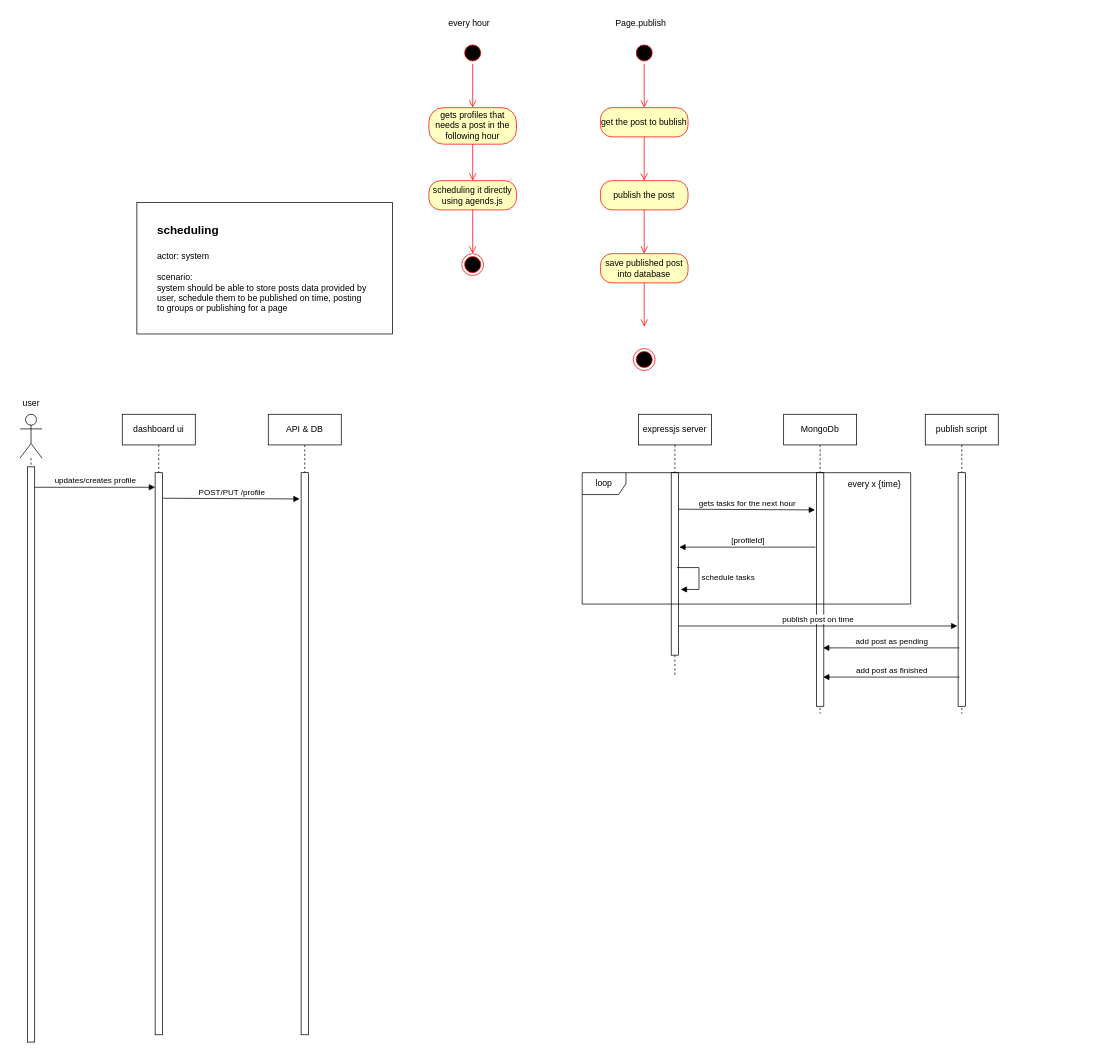
Before: page "scheduling" (3 of 4) of auto-post.drawio in ahmed-elbehairy7/pamylka-system-design, a draw.io diagram. Source tidied: cells renumbered, new cells numbered last; positions are measured from the earlier drawing's top-left corner, leaving out a move shared by most shapes. Both pictures are drawn from the tidied source at 73%, with x=0, y=0 at pixel (12, 12).
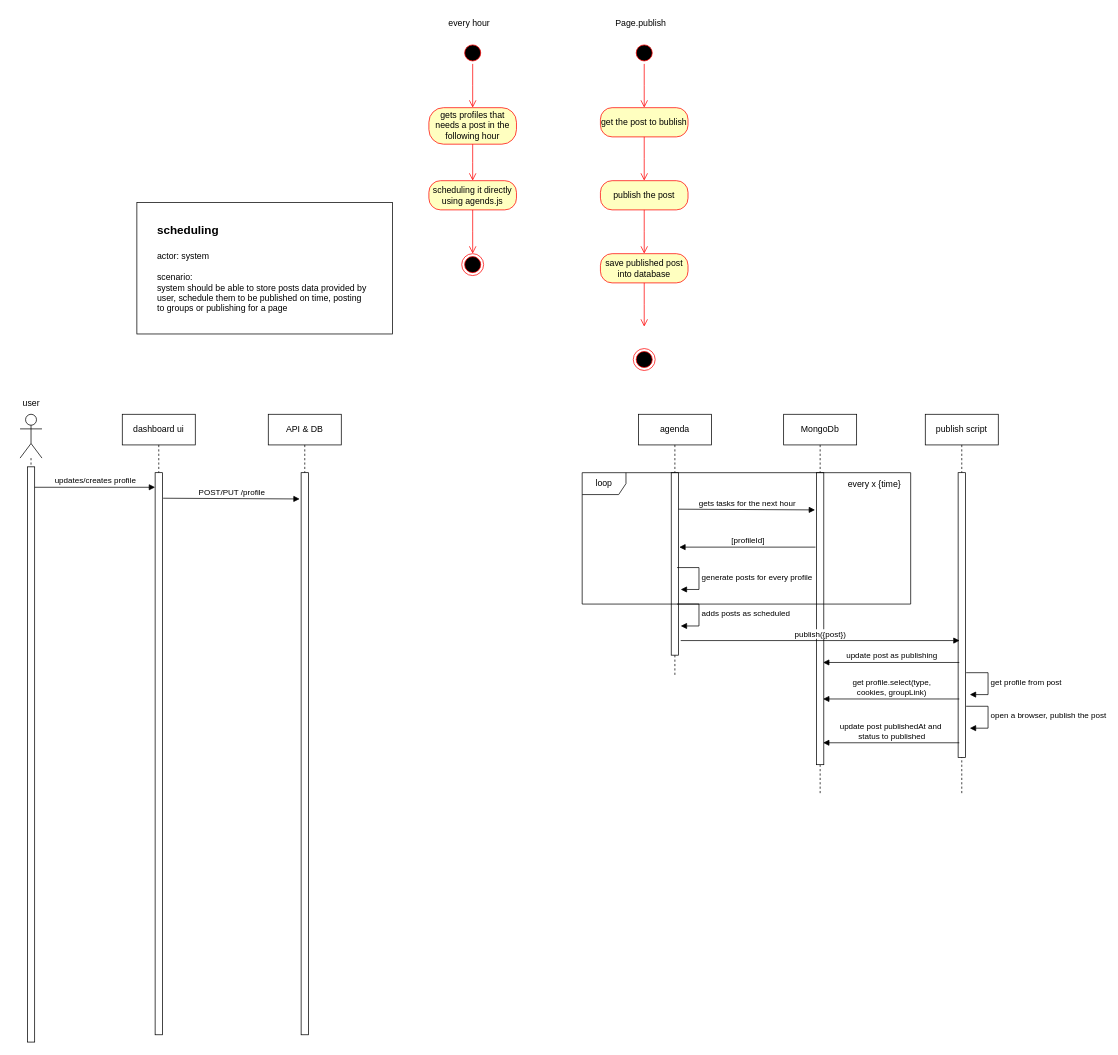
The same page after the edit.

What changed in the source:
```diff
@@
-    <mxCell id="32" value="expressjs server" style="shape=umlLifeline;perimeter=lifelinePerimeter;whiteSpace=wrap;html=1;newEdgeStyle={&quot;curved&quot;:0,&quot;rounded&quot;:0};size=42;" parent="1" vertex="1">
+    <mxCell id="32" value="agenda" style="shape=umlLifeline;perimeter=lifelinePerimeter;whiteSpace=wrap;html=1;newEdgeStyle={&quot;curved&quot;:0,&quot;rounded&quot;:0};size=42;" parent="1" vertex="1">
       <mxGeometry x="857" y="550" width="100" height="360" as="geometry" />
     </mxCell>
@@
     <mxCell id="34" value="MongoDb" style="shape=umlLifeline;perimeter=lifelinePerimeter;whiteSpace=wrap;html=1;newEdgeStyle={&quot;curved&quot;:0,&quot;rounded&quot;:0};size=42;" parent="1" vertex="1">
-      <mxGeometry x="1056" y="550" width="100" height="410" as="geometry" />
+      <mxGeometry x="1056" y="550" width="100" height="520" as="geometry" />
     </mxCell>
     <mxCell id="35" style="html=1;perimeter=orthogonalPerimeter;targetShapes=umlLifeline;newEdgeStyle={&quot;curved&quot;:0,&quot;rounded&quot;:0};" parent="34" vertex="1">
-      <mxGeometry x="45" y="80" width="10" height="320" as="geometry" />
+      <mxGeometry x="45" y="80" width="10" height="400" as="geometry" />
     </mxCell>
@@
-    <mxCell id="38" value="schedule tasks" style="html=1;align=left;spacingLeft=2;endArrow=block;rounded=0;edgeStyle=orthogonalEdgeStyle;curved=0;rounded=0;" parent="1" edge="1">
+    <mxCell id="38" value="generate posts for every profile" style="html=1;align=left;spacingLeft=2;endArrow=block;rounded=0;edgeStyle=orthogonalEdgeStyle;curved=0;rounded=0;" parent="1" edge="1">
       <mxGeometry relative="1" as="geometry">
         <mxPoint x="910" y="760" as="sourcePoint" />
         <mxPoint x="915" y="790" as="targetPoint" />
         <Array as="points">
           <mxPoint x="940" y="790" />
         </Array>
       </mxGeometry>
     </mxCell>
@@
     <mxCell id="41" value="publish script" style="shape=umlLifeline;perimeter=lifelinePerimeter;whiteSpace=wrap;html=1;newEdgeStyle={&quot;curved&quot;:0,&quot;rounded&quot;:0};size=42;" parent="1" vertex="1">
-      <mxGeometry x="1250" y="550" width="100" height="410" as="geometry" />
+      <mxGeometry x="1250" y="550" width="100" height="520" as="geometry" />
     </mxCell>
     <mxCell id="42" style="html=1;perimeter=orthogonalPerimeter;targetShapes=umlLifeline;newEdgeStyle={&quot;curved&quot;:0,&quot;rounded&quot;:0};" parent="41" vertex="1">
-      <mxGeometry x="45" y="80" width="10" height="320" as="geometry" />
+      <mxGeometry x="45" y="80" width="10" height="390" as="geometry" />
     </mxCell>
-    <mxCell id="43" value="publish post on time" style="html=1;verticalAlign=bottom;endArrow=block;curved=0;rounded=0;" parent="1" edge="1">
+    <mxCell id="43" value="publish({post})" style="html=1;verticalAlign=bottom;endArrow=block;curved=0;rounded=0;" parent="1" edge="1">
       <mxGeometry relative="1" as="geometry">
-        <mxPoint x="912" y="840" as="sourcePoint" />
-        <mxPoint x="1294" y="840" as="targetPoint" />
+        <mxPoint x="915" y="860" as="sourcePoint" />
+        <mxPoint x="1297" y="860" as="targetPoint" />
       </mxGeometry>
     </mxCell>
-    <mxCell id="44" value="add post as finished" style="html=1;verticalAlign=bottom;endArrow=block;curved=0;rounded=0;" parent="1" edge="1">
+    <mxCell id="44" value="update post publishedAt and&amp;nbsp;&lt;div&gt;status&amp;nbsp;&lt;span style=&quot;background-color: light-dark(#ffffff, var(--ge-dark-color, #121212)); color: light-dark(rgb(0, 0, 0), rgb(255, 255, 255));&quot;&gt;to published&lt;/span&gt;&lt;/div&gt;" style="html=1;verticalAlign=bottom;endArrow=block;curved=0;rounded=0;" parent="1" edge="1">
       <mxGeometry relative="1" as="geometry">
-        <mxPoint x="1296.6" y="910" as="sourcePoint" />
-        <mxPoint x="1110" y="910" as="targetPoint" />
+        <mxPoint x="1296.6" y="1000" as="sourcePoint" />
+        <mxPoint x="1110" y="1000" as="targetPoint" />
       </mxGeometry>
     </mxCell>
-    <mxCell id="45" value="add post as pending" style="html=1;verticalAlign=bottom;endArrow=block;curved=0;rounded=0;" parent="1" edge="1">
+    <mxCell id="45" value="update post as publishing" style="html=1;verticalAlign=bottom;endArrow=block;curved=0;rounded=0;" parent="1" edge="1">
       <mxGeometry relative="1" as="geometry">
-        <mxPoint x="1296.6" y="870" as="sourcePoint" />
-        <mxPoint x="1110" y="870" as="targetPoint" />
+        <mxPoint x="1296.6" y="890" as="sourcePoint" />
+        <mxPoint x="1110" y="890" as="targetPoint" />
       </mxGeometry>
     </mxCell>
+    <mxCell id="46" value="adds posts as scheduled" style="html=1;align=left;spacingLeft=2;endArrow=block;rounded=0;edgeStyle=orthogonalEdgeStyle;curved=0;rounded=0;" parent="1" edge="1">
+      <mxGeometry relative="1" as="geometry">
+        <mxPoint x="910" y="810" as="sourcePoint" />
+        <mxPoint x="915" y="840" as="targetPoint" />
+        <Array as="points">
+          <mxPoint x="940" y="840" />
+        </Array>
+      </mxGeometry>
+    </mxCell>
+    <mxCell id="47" value="get profile from post" style="html=1;align=left;spacingLeft=2;endArrow=block;rounded=0;edgeStyle=orthogonalEdgeStyle;curved=0;rounded=0;" parent="1" edge="1">
+      <mxGeometry relative="1" as="geometry">
+        <mxPoint x="1306" y="904" as="sourcePoint" />
+        <mxPoint x="1311" y="934" as="targetPoint" />
+        <Array as="points">
+          <mxPoint x="1336" y="934" />
+        </Array>
+      </mxGeometry>
+    </mxCell>
+    <mxCell id="48" value="get profile.select(type,&lt;div&gt;cookies, groupLink)&lt;/div&gt;" style="html=1;verticalAlign=bottom;endArrow=block;curved=0;rounded=0;" parent="1" edge="1">
+      <mxGeometry relative="1" as="geometry">
+        <mxPoint x="1296.6" y="940" as="sourcePoint" />
+        <mxPoint x="1110" y="940" as="targetPoint" />
+      </mxGeometry>
+    </mxCell>
+    <mxCell id="49" value="open a browser, publish the post" style="html=1;align=left;spacingLeft=2;endArrow=block;rounded=0;edgeStyle=orthogonalEdgeStyle;curved=0;rounded=0;" parent="1" edge="1">
+      <mxGeometry relative="1" as="geometry">
+        <mxPoint x="1306" y="950" as="sourcePoint" />
+        <mxPoint x="1311" y="980" as="targetPoint" />
+        <Array as="points">
+          <mxPoint x="1336" y="980" />
+        </Array>
+      </mxGeometry>
+    </mxCell>
```
